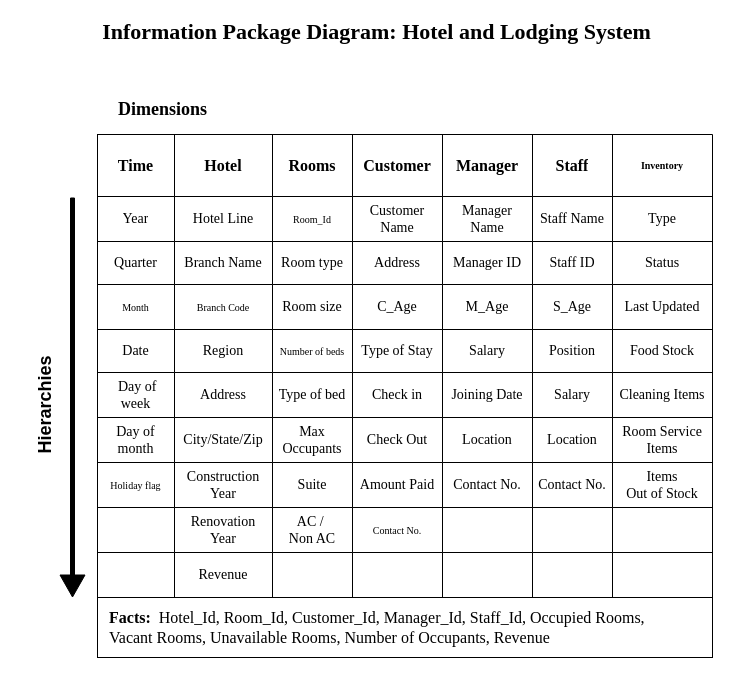
Above: Information Package Diagram/IPD_hotel_lodging_system.drawio in adityaparab04/Diagrams (draw.io), before the change. Source tidied: cells renumbered, new cells numbered last; positions are measured from the earlier drawing's top-left corner, leaving out a move shared by most shapes. Both pictures are drawn from the tidied source at 100%, with x=0, y=0 at pixel (-18, 17).
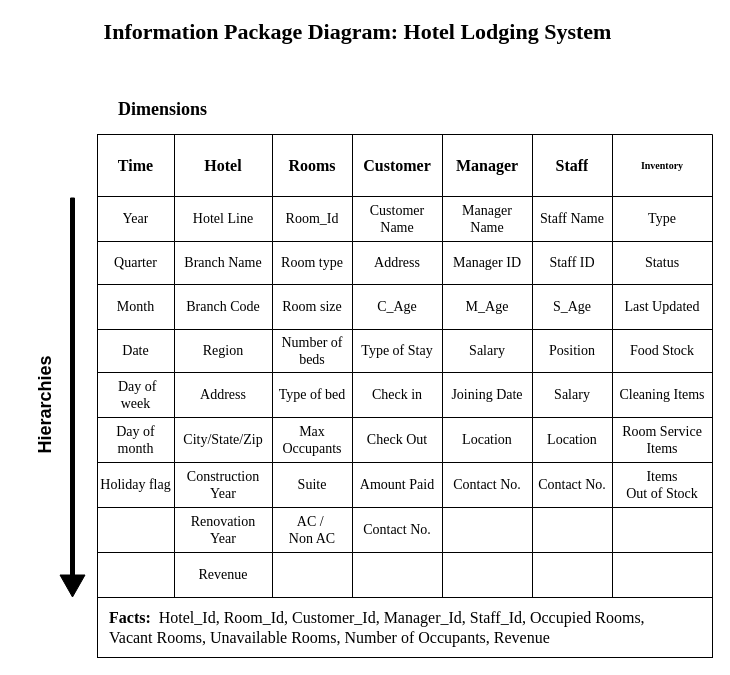
The same diagram, later.

Unchanged cells that the change refers to:
```xml
<mxCell id="14" style="shape=partialRectangle;html=1;whiteSpace=wrap;fillColor=none;top=0;left=0;bottom=0;right=0;fontFamily=Times New Roman;fontSize=14;" parent="5" vertex="1">
  <mxGeometry y="62" width="615" height="45" as="geometry" />
</mxCell>
<mxCell id="30" style="shape=partialRectangle;html=1;whiteSpace=wrap;fillColor=none;top=0;left=0;bottom=0;right=0;fontFamily=Times New Roman;" parent="5" vertex="1">
  <mxGeometry y="150" width="615" height="45" as="geometry" />
</mxCell>
<mxCell id="38" style="shape=partialRectangle;html=1;whiteSpace=wrap;fillColor=none;top=0;left=0;bottom=0;right=0;fontFamily=Times New Roman;" parent="5" vertex="1">
  <mxGeometry y="195" width="615" height="43" as="geometry" />
</mxCell>
<mxCell id="62" style="shape=partialRectangle;html=1;whiteSpace=wrap;fillColor=none;top=0;left=0;bottom=0;right=0;fontFamily=Times New Roman;fontSize=14;" parent="5" vertex="1">
  <mxGeometry y="328" width="615" height="45" as="geometry" />
</mxCell>
<mxCell id="70" style="shape=partialRectangle;html=1;whiteSpace=wrap;fillColor=none;top=0;left=0;bottom=0;right=0;fontFamily=Times New Roman;fontSize=14;" parent="5" vertex="1">
  <mxGeometry y="373" width="615" height="45" as="geometry" />
</mxCell>
```

Diff of the diagram source:
```diff
@@
-    <mxCell id="17" value="&lt;font size=&quot;1&quot;&gt;Room_Id&lt;/font&gt;" style="shape=partialRectangle;html=1;whiteSpace=wrap;overflow=hidden;fillColor=none;top=0;left=0;bottom=0;right=0;fontFamily=Times New Roman;" parent="14" vertex="1">
+    <mxCell id="17" value="&lt;font style=&quot;font-size: 14px&quot;&gt;Room_Id&lt;/font&gt;" style="shape=partialRectangle;html=1;whiteSpace=wrap;overflow=hidden;fillColor=none;top=0;left=0;bottom=0;right=0;fontFamily=Times New Roman;" parent="14" vertex="1">
       <mxGeometry x="175" width="80" height="45" as="geometry" />
     </mxCell>
@@
-    <mxCell id="31" value="&lt;font size=&quot;1&quot;&gt;Month&lt;/font&gt;" style="shape=partialRectangle;html=1;whiteSpace=wrap;overflow=hidden;fillColor=none;top=0;left=0;bottom=0;right=0;fontFamily=Times New Roman;" parent="30" vertex="1">
+    <mxCell id="31" value="&lt;font style=&quot;font-size: 14px&quot;&gt;Month&lt;/font&gt;" style="shape=partialRectangle;html=1;whiteSpace=wrap;overflow=hidden;fillColor=none;top=0;left=0;bottom=0;right=0;fontFamily=Times New Roman;" parent="30" vertex="1">
       <mxGeometry width="77" height="45" as="geometry" />
     </mxCell>
-    <mxCell id="32" value="&lt;font size=&quot;1&quot;&gt;Branch Code&lt;/font&gt;" style="shape=partialRectangle;html=1;whiteSpace=wrap;overflow=hidden;fillColor=none;top=0;left=0;bottom=0;right=0;fontFamily=Times New Roman;" parent="30" vertex="1">
+    <mxCell id="32" value="&lt;font style=&quot;font-size: 14px&quot;&gt;Branch Code&lt;/font&gt;" style="shape=partialRectangle;html=1;whiteSpace=wrap;overflow=hidden;fillColor=none;top=0;left=0;bottom=0;right=0;fontFamily=Times New Roman;" parent="30" vertex="1">
       <mxGeometry x="77" width="98" height="45" as="geometry" />
     </mxCell>
@@
-    <mxCell id="41" value="&lt;span style=&quot;font-size: x-small&quot;&gt;Number of beds&lt;/span&gt;" style="shape=partialRectangle;html=1;whiteSpace=wrap;overflow=hidden;fillColor=none;top=0;left=0;bottom=0;right=0;fontFamily=Times New Roman;" parent="38" vertex="1">
+    <mxCell id="41" value="&lt;font style=&quot;font-size: 14px&quot;&gt;Number of beds&lt;/font&gt;" style="shape=partialRectangle;html=1;whiteSpace=wrap;overflow=hidden;fillColor=none;top=0;left=0;bottom=0;right=0;fontFamily=Times New Roman;" parent="38" vertex="1">
       <mxGeometry x="175" width="80" height="43" as="geometry" />
     </mxCell>
@@
-    <mxCell id="63" value="&lt;font size=&quot;1&quot;&gt;Holiday flag&lt;/font&gt;" style="shape=partialRectangle;html=1;whiteSpace=wrap;overflow=hidden;fillColor=none;top=0;left=0;bottom=0;right=0;fontFamily=Times New Roman;" parent="62" vertex="1">
+    <mxCell id="63" value="&lt;font style=&quot;font-size: 14px&quot;&gt;Holiday flag&lt;/font&gt;" style="shape=partialRectangle;html=1;whiteSpace=wrap;overflow=hidden;fillColor=none;top=0;left=0;bottom=0;right=0;fontFamily=Times New Roman;" parent="62" vertex="1">
       <mxGeometry width="77" height="45" as="geometry" />
     </mxCell>
@@
-    <mxCell id="74" value="&lt;font size=&quot;1&quot;&gt;Contact No.&lt;/font&gt;" style="shape=partialRectangle;html=1;whiteSpace=wrap;overflow=hidden;fillColor=none;top=0;left=0;bottom=0;right=0;fontFamily=Times New Roman;" parent="70" vertex="1">
+    <mxCell id="74" value="&lt;font style=&quot;font-size: 14px&quot;&gt;Contact No.&lt;/font&gt;" style="shape=partialRectangle;html=1;whiteSpace=wrap;overflow=hidden;fillColor=none;top=0;left=0;bottom=0;right=0;fontFamily=Times New Roman;" parent="70" vertex="1">
       <mxGeometry x="255" width="90" height="45" as="geometry" />
     </mxCell>
@@
-    <mxCell id="87" value="&lt;font style=&quot;font-size: 22px&quot;&gt;&lt;b&gt;Information Package Diagram: Hotel and Lodging System&lt;/b&gt;&lt;/font&gt;" style="text;html=1;align=center;verticalAlign=middle;strokeColor=none;fontSize=14;fontFamily=Times New Roman;" parent="1" vertex="1">
-      <mxGeometry x="114" width="560" height="30" as="geometry" />
+    <mxCell id="87" value="&lt;font style=&quot;font-size: 22px&quot;&gt;&lt;b&gt;Information Package Diagram: Hotel Lodging System&lt;/b&gt;&lt;/font&gt;" style="text;html=1;align=center;verticalAlign=middle;strokeColor=none;fontSize=14;fontFamily=Times New Roman;" parent="1" vertex="1">
+      <mxGeometry x="115" width="520" height="30" as="geometry" />
     </mxCell>
```
